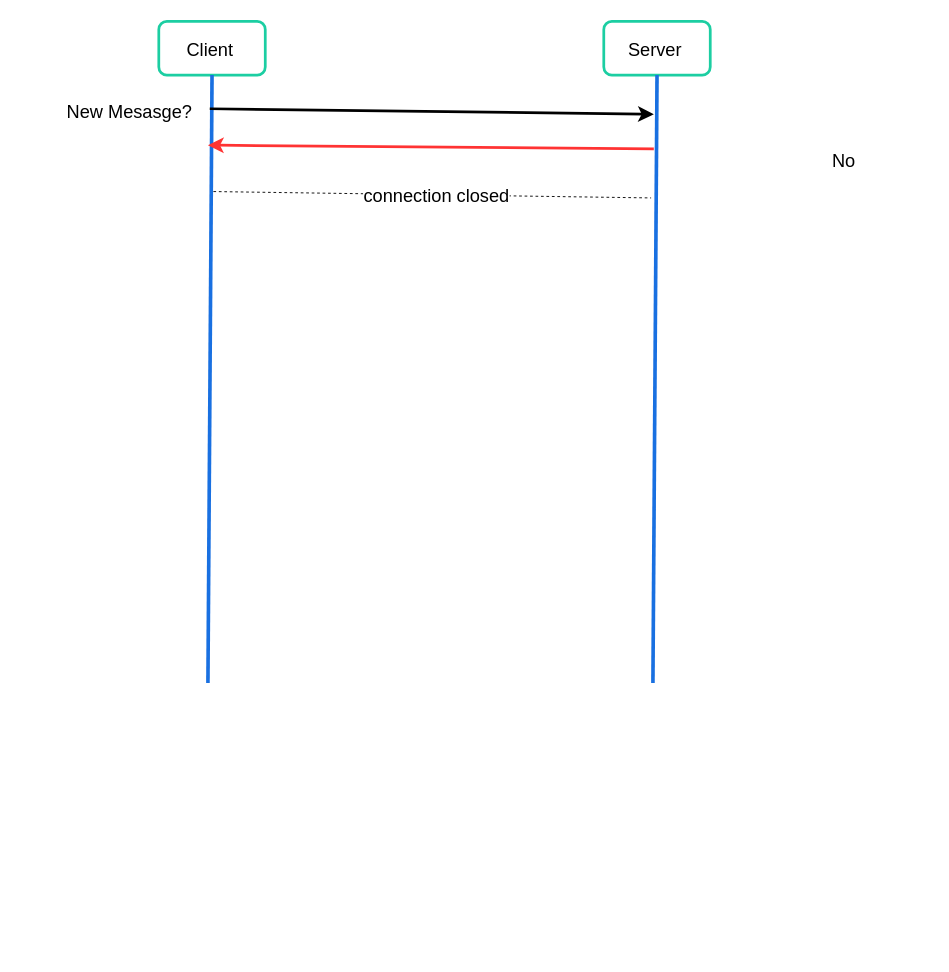
optor666/draw-io-files keeps this draw.io diagram as system-design/design-a-chat-system/Figure12-3.drawio. Above is the earlier version. Source tidied: cells renumbered, new cells numbered last; positions are measured from the earlier drawing's top-left corner, leaving out a move shared by most shapes. Both pictures are drawn from the tidied source at 91%, with x=0, y=0 at pixel (39, 21).
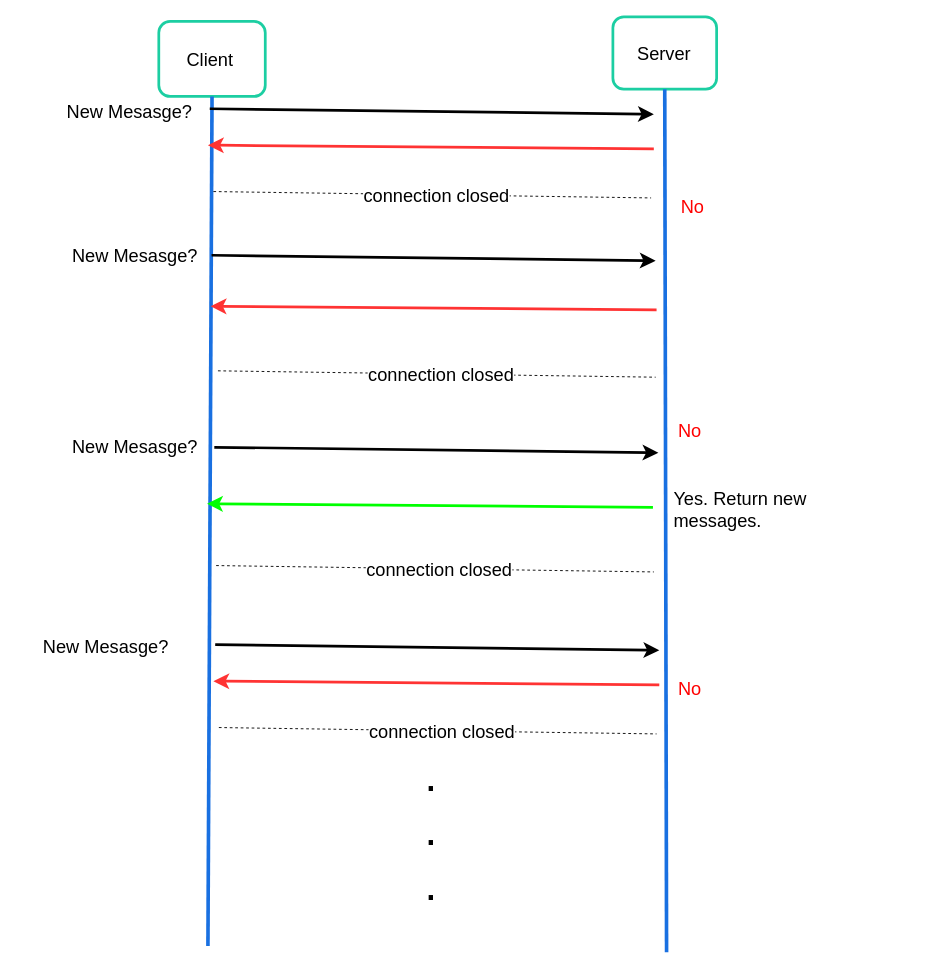
The same diagram, later.

Change to the diagram source:
```diff
@@
-    <mxCell id="2" style="group;" parent="1" vertex="1">
-      <mxGeometry x="131" width="117" height="727" as="geometry" />
+    <mxCell id="2" style="group;sketch=1;curveFitting=1;jiggle=2;" parent="1" vertex="1">
+      <mxGeometry x="131" width="117" height="1016" as="geometry" />
     </mxCell>
     <mxCell id="3" style="rounded=1;whiteSpace=wrap;html=1;strokeColor=#1ccea2;strokeWidth=3;" parent="2" vertex="1">
-      <mxGeometry width="117" height="59" as="geometry" />
+      <mxGeometry width="117" height="82.5" as="geometry" />
     </mxCell>
     <mxCell id="4" style="endArrow=none;html=1;rounded=0;fontSize=12;startSize=8;endSize=8;entryX=0.5;entryY=1;entryDx=0;entryDy=0;strokeWidth=4;strokeColor=#1970e1;" parent="2" edge="1" target="3">
       <mxGeometry relative="1" as="geometry">
-        <mxPoint x="54" y="727" as="sourcePoint" />
+        <mxPoint x="54" y="1016" as="sourcePoint" />
       </mxGeometry>
     </mxCell>
     <mxCell id="5" value="&lt;font style=&quot;font-size: 20px;&quot;&gt;Client&lt;/font&gt;" style="text;html=1;align=center;verticalAlign=middle;whiteSpace=wrap;rounded=0;fontSize=16;" parent="2" vertex="1">
-      <mxGeometry x="27.3" y="14.8" width="58.5" height="29.5" as="geometry" />
+      <mxGeometry x="27.3" y="20.6" width="58.5" height="41.2" as="geometry" />
     </mxCell>
     <mxCell id="6" style="group;" parent="1" vertex="1">
-      <mxGeometry x="620" width="185" height="727" as="geometry" />
+      <mxGeometry x="624" y="-5" width="164.5" height="1032" as="geometry" />
     </mxCell>
     <mxCell id="7" style="rounded=1;whiteSpace=wrap;html=1;strokeColor=#1ccea2;strokeWidth=3;" parent="6" vertex="1">
-      <mxGeometry width="117" height="59" as="geometry" />
+      <mxGeometry x="6" width="114" height="79.5" as="geometry" />
     </mxCell>
     <mxCell id="8" style="endArrow=none;html=1;rounded=0;fontSize=12;startSize=8;endSize=8;entryX=0.5;entryY=1;entryDx=0;entryDy=0;strokeWidth=4;strokeColor=#1970e1;" parent="6" edge="1" target="7">
       <mxGeometry relative="1" as="geometry">
-        <mxPoint x="54" y="727" as="sourcePoint" />
+        <mxPoint x="65" y="1027.8" as="sourcePoint" />
       </mxGeometry>
     </mxCell>
-    <mxCell id="9" value="&lt;font style=&quot;font-size: 20px;&quot;&gt;Server&lt;/font&gt;" style="text;html=1;align=center;verticalAlign=middle;whiteSpace=wrap;rounded=0;fontSize=16;" parent="6" vertex="1">
-      <mxGeometry x="27.3" y="14.8" width="58.5" height="29.5" as="geometry" />
+    <mxCell id="9" value="&lt;font style=&quot;font-size: 20px;&quot;&gt;Server&lt;/font&gt;" style="text;html=1;align=center;verticalAlign=middle;whiteSpace=wrap;rounded=0;fontSize=16;sketch=1;curveFitting=1;jiggle=2;" parent="6" vertex="1">
+      <mxGeometry x="50.4" y="18.8" width="25.3" height="41.9" as="geometry" />
     </mxCell>
+    <mxCell id="15" value="&lt;font style=&quot;font-size: 20px;&quot; color=&quot;#ff0000&quot;&gt;No&lt;/font&gt;" style="text;html=1;align=left;verticalAlign=middle;whiteSpace=wrap;rounded=0;fontSize=16;" parent="6" vertex="1">
+      <mxGeometry x="79" y="180.3" width="85.5" height="55.4" as="geometry" />
+    </mxCell>
+    <mxCell id="16" value="&lt;font style=&quot;font-size: 20px;&quot; color=&quot;#ff0000&quot;&gt;No&lt;/font&gt;" style="text;html=1;align=left;verticalAlign=middle;whiteSpace=wrap;rounded=0;fontSize=16;" parent="6" vertex="1">
+      <mxGeometry x="75.6" y="425.9" width="85.5" height="55.4" as="geometry" />
+    </mxCell>
+    <mxCell id="17" value="&lt;font style=&quot;font-size: 20px;&quot; color=&quot;#ff0000&quot;&gt;No&lt;/font&gt;" style="text;html=1;align=left;verticalAlign=middle;whiteSpace=wrap;rounded=0;fontSize=16;" parent="6" vertex="1">
+      <mxGeometry x="75.6" y="710" width="85.5" height="55.4" as="geometry" />
+    </mxCell>
@@
+    <mxCell id="18" style="endArrow=classic;html=1;rounded=0;fontSize=12;startSize=8;endSize=8;strokeWidth=3;" parent="1" edge="1">
+      <mxGeometry relative="1" as="geometry">
+        <mxPoint x="189" y="257" as="sourcePoint" />
+        <mxPoint x="677" y="263" as="targetPoint" />
+      </mxGeometry>
+    </mxCell>
+    <mxCell id="19" value="&lt;font style=&quot;font-size: 20px;&quot;&gt;New Mesasge?&lt;/font&gt;" style="text;html=1;align=center;verticalAlign=middle;whiteSpace=wrap;rounded=0;fontSize=16;" parent="1" vertex="1">
+      <mxGeometry x="6" y="237" width="198" height="39" as="geometry" />
+    </mxCell>
+    <mxCell id="20" style="endArrow=classic;html=1;rounded=0;fontSize=12;startSize=8;endSize=8;strokeWidth=3;strokeColor=#FF3333;" parent="1" edge="1">
+      <mxGeometry relative="1" as="geometry">
+        <mxPoint x="678" y="317" as="sourcePoint" />
+        <mxPoint x="188" y="313" as="targetPoint" />
+      </mxGeometry>
+    </mxCell>
+    <mxCell id="21" style="endArrow=none;dashed=1;html=1;rounded=0;fontSize=12;startSize=8;endSize=8;" parent="1" edge="1">
+      <mxGeometry relative="1" as="geometry">
+        <mxPoint x="196" y="384" as="sourcePoint" />
+        <mxPoint x="677" y="391" as="targetPoint" />
+      </mxGeometry>
+    </mxCell>
+    <mxCell id="22" value="&lt;font style=&quot;font-size: 20px;&quot;&gt;connection closed&lt;br&gt;&lt;/font&gt;" style="edgeLabel;html=1;align=center;verticalAlign=middle;fontSize=12;" parent="21" vertex="1">
+      <mxGeometry x="0.02" relative="1" as="geometry" />
+    </mxCell>
+    <mxCell id="23" style="endArrow=classic;html=1;rounded=0;fontSize=12;startSize=8;endSize=8;strokeWidth=3;" parent="1" edge="1">
+      <mxGeometry relative="1" as="geometry">
+        <mxPoint x="192" y="468" as="sourcePoint" />
+        <mxPoint x="680" y="474" as="targetPoint" />
+      </mxGeometry>
+    </mxCell>
+    <mxCell id="24" value="&lt;font style=&quot;font-size: 20px;&quot;&gt;New Mesasge?&lt;/font&gt;" style="text;html=1;align=center;verticalAlign=middle;whiteSpace=wrap;rounded=0;fontSize=16;" parent="1" vertex="1">
+      <mxGeometry x="6" y="447" width="198" height="39" as="geometry" />
+    </mxCell>
+    <mxCell id="25" style="endArrow=classic;html=1;rounded=0;fontSize=12;startSize=8;endSize=8;strokeWidth=3;strokeColor=#00FF00;" parent="1" edge="1">
+      <mxGeometry relative="1" as="geometry">
+        <mxPoint x="674" y="534" as="sourcePoint" />
+        <mxPoint x="184" y="530" as="targetPoint" />
+      </mxGeometry>
+    </mxCell>
+    <mxCell id="26" value="&lt;font style=&quot;font-size: 20px;&quot;&gt;Yes. Return new messages.&lt;/font&gt;" style="text;html=1;align=left;verticalAlign=middle;whiteSpace=wrap;rounded=0;fontSize=16;" parent="1" vertex="1">
+      <mxGeometry x="695" y="516" width="198" height="39" as="geometry" />
+    </mxCell>
+    <mxCell id="27" style="endArrow=none;dashed=1;html=1;rounded=0;fontSize=12;startSize=8;endSize=8;" parent="1" edge="1">
+      <mxGeometry relative="1" as="geometry">
+        <mxPoint x="194" y="598" as="sourcePoint" />
+        <mxPoint x="675" y="605" as="targetPoint" />
+      </mxGeometry>
+    </mxCell>
+    <mxCell id="28" value="&lt;font style=&quot;font-size: 20px;&quot;&gt;connection closed&lt;br&gt;&lt;/font&gt;" style="edgeLabel;html=1;align=center;verticalAlign=middle;fontSize=12;" parent="27" vertex="1">
+      <mxGeometry x="0.02" relative="1" as="geometry" />
+    </mxCell>
+    <mxCell id="29" style="group;" parent="1" vertex="1">
+      <mxGeometry x="185" y="96" width="490" height="98" as="geometry" />
+    </mxCell>
-    <mxCell id="11" style="endArrow=classic;html=1;rounded=0;fontSize=12;startSize=8;endSize=8;strokeWidth=3;" parent="1" edge="1">
+    <mxCell id="11" style="endArrow=classic;html=1;rounded=0;fontSize=12;startSize=8;endSize=8;strokeWidth=3;" parent="29" edge="1">
       <mxGeometry relative="1" as="geometry">
-        <mxPoint x="187" y="96" as="sourcePoint" />
-        <mxPoint x="675" y="102" as="targetPoint" />
+        <mxPoint x="2" as="sourcePoint" />
+        <mxPoint x="490" y="6" as="targetPoint" />
       </mxGeometry>
     </mxCell>
-    <mxCell id="12" style="endArrow=classic;html=1;rounded=0;fontSize=12;startSize=8;endSize=8;strokeWidth=3;strokeColor=#FF3333;" parent="1" edge="1">
+    <mxCell id="12" style="endArrow=classic;html=1;rounded=0;fontSize=12;startSize=8;endSize=8;strokeWidth=3;strokeColor=#FF3333;" parent="29" edge="1">
       <mxGeometry relative="1" as="geometry">
-        <mxPoint x="675" y="140" as="sourcePoint" />
-        <mxPoint x="185" y="136" as="targetPoint" />
+        <mxPoint x="490" y="44" as="sourcePoint" />
+        <mxPoint y="40" as="targetPoint" />
       </mxGeometry>
     </mxCell>
-    <mxCell id="13" style="endArrow=none;dashed=1;html=1;rounded=0;fontSize=12;startSize=8;endSize=8;" parent="1" edge="1">
+    <mxCell id="13" style="endArrow=none;dashed=1;html=1;rounded=0;fontSize=12;startSize=8;endSize=8;" parent="29" edge="1">
       <mxGeometry relative="1" as="geometry">
-        <mxPoint x="191" y="187" as="sourcePoint" />
-        <mxPoint x="672" y="194" as="targetPoint" />
+        <mxPoint x="6" y="91" as="sourcePoint" />
+        <mxPoint x="487" y="98" as="targetPoint" />
       </mxGeometry>
     </mxCell>
@@
-    <mxCell id="15" value="&lt;font style=&quot;font-size: 20px;&quot;&gt;No&lt;/font&gt;" style="text;html=1;align=center;verticalAlign=middle;whiteSpace=wrap;rounded=0;fontSize=16;" parent="1" vertex="1">
-      <mxGeometry x="785" y="133" width="198" height="39" as="geometry" />
-    </mxCell>
+    <mxCell id="30" style="group;" parent="1" vertex="1">
+      <mxGeometry x="191" y="685" width="490" height="98" as="geometry" />
+    </mxCell>
+    <mxCell id="31" style="endArrow=classic;html=1;rounded=0;fontSize=12;startSize=8;endSize=8;strokeWidth=3;" parent="30" edge="1">
+      <mxGeometry relative="1" as="geometry">
+        <mxPoint x="2" as="sourcePoint" />
+        <mxPoint x="490" y="6" as="targetPoint" />
+      </mxGeometry>
+    </mxCell>
+    <mxCell id="32" style="endArrow=classic;html=1;rounded=0;fontSize=12;startSize=8;endSize=8;strokeWidth=3;strokeColor=#FF3333;" parent="30" edge="1">
+      <mxGeometry relative="1" as="geometry">
+        <mxPoint x="490" y="44" as="sourcePoint" />
+        <mxPoint y="40" as="targetPoint" />
+      </mxGeometry>
+    </mxCell>
+    <mxCell id="33" style="endArrow=none;dashed=1;html=1;rounded=0;fontSize=12;startSize=8;endSize=8;" parent="30" edge="1">
+      <mxGeometry relative="1" as="geometry">
+        <mxPoint x="6" y="91" as="sourcePoint" />
+        <mxPoint x="487" y="98" as="targetPoint" />
+      </mxGeometry>
+    </mxCell>
+    <mxCell id="34" value="&lt;font style=&quot;font-size: 20px;&quot;&gt;connection closed&lt;br&gt;&lt;/font&gt;" style="edgeLabel;html=1;align=center;verticalAlign=middle;fontSize=12;" parent="33" vertex="1">
+      <mxGeometry x="0.02" relative="1" as="geometry" />
+    </mxCell>
+    <mxCell id="35" value="&lt;font style=&quot;font-size: 20px;&quot;&gt;New Mesasge?&lt;/font&gt;" style="text;html=1;align=center;verticalAlign=middle;whiteSpace=wrap;rounded=0;fontSize=16;" parent="1" vertex="1">
+      <mxGeometry x="-26" y="667" width="198" height="39" as="geometry" />
+    </mxCell>
+    <mxCell id="36" value="&lt;font style=&quot;font-size: 50px;&quot;&gt;.&lt;br&gt;.&lt;br&gt;.&lt;br&gt;&lt;/font&gt;" style="text;html=1;align=center;verticalAlign=top;whiteSpace=wrap;rounded=0;fontSize=16;" parent="1" vertex="1">
+      <mxGeometry x="405.5" y="792" width="49" height="217" as="geometry" />
+    </mxCell>
```
